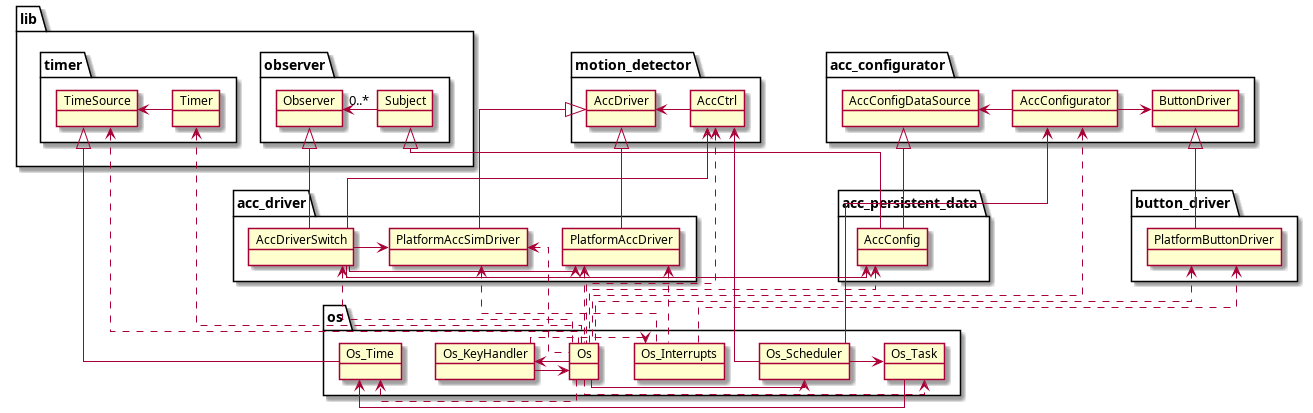
Before: docs/media/diag-overview.png, a diagram exported from PlantUML (alexmarincu/oop-c-embedded).
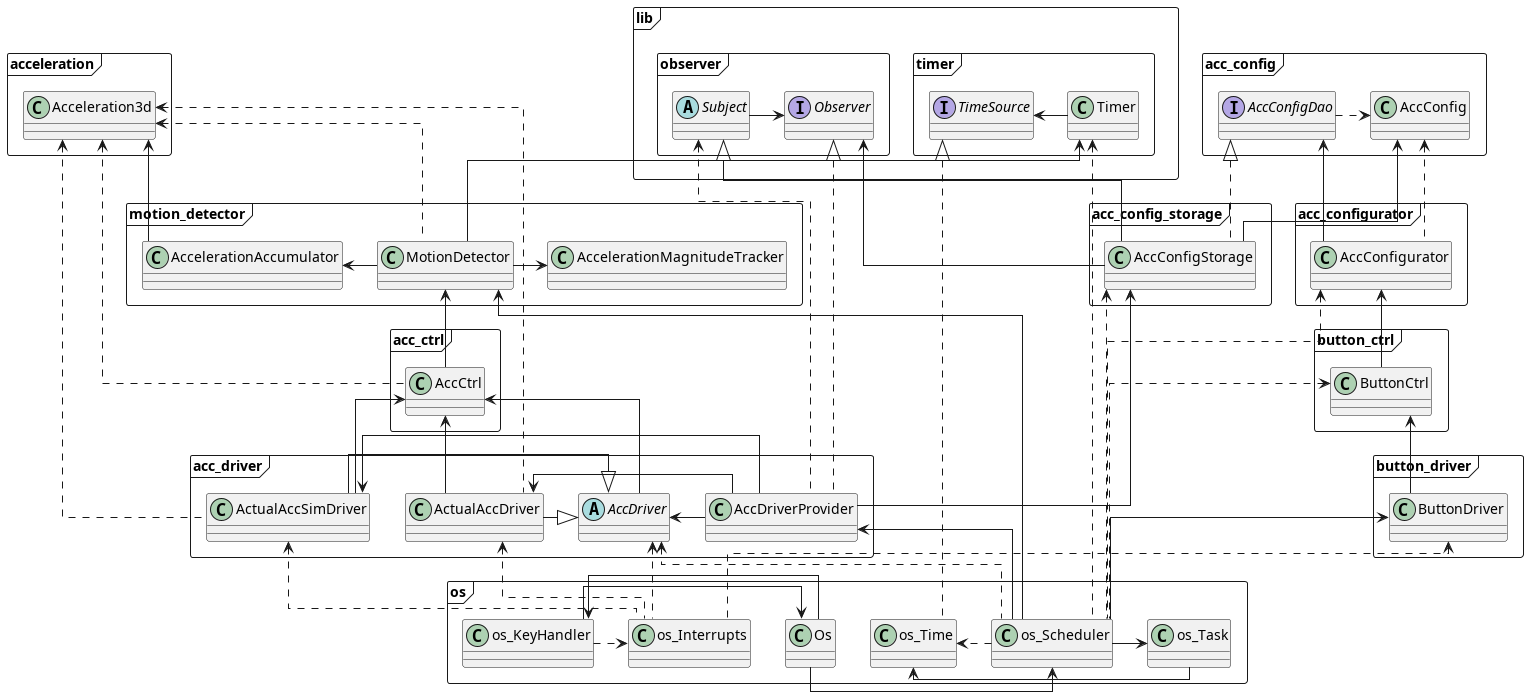
Later version of the same file.

What changed in the source:
```diff
@@ -1,79 +1,105 @@
 @startuml
 skinparam linetype ortho
-package lib {
-    package timer {
-        object Timer
-        object TimeSource
-        Timer -r-> TimeSource
+package lib <<Frame>> {
+    package timer <<Frame>> {
+        interface TimeSource
+        class Timer
+        Timer -> TimeSource
     }
-    package observer {
-        object Observer
-        object Subject
-        Subject -r-> "0..*" Observer
+    package observer <<Frame>> {
+        interface Observer
+        abstract class Subject
+        Subject -> Observer
     }
 }
-package motion_detector {
-    object AccDriver
-    object AccCtrl
-    AccCtrl -r-> AccDriver
+package acceleration <<Frame>> {
+    class Acceleration3d
 }
-package acc_configurator {
-    object ButtonDriver
-    object AccConfigurator
-    object AccConfigDataSource
-    AccConfigurator -r-> ButtonDriver
-    AccConfigurator -r-> AccConfigDataSource
+package acc_config <<Frame>> {
+    class AccConfig
+    interface AccConfigDao
+    AccConfigDao .> AccConfig
 }
-package acc_persistent_data {
-    object AccConfig
-    AccConfig -u-|> Subject
-    AccConfig -u-|> AccConfigDataSource
+package motion_detector <<Frame>> {
+    class AccelerationAccumulator
+    class AccelerationMagnitudeTracker
+    class MotionDetector
+    AccelerationAccumulator -u-> Acceleration3d
+    MotionDetector .u.> Acceleration3d
+    MotionDetector -> AccelerationAccumulator
+    MotionDetector -> AccelerationMagnitudeTracker
+    MotionDetector -u-> Timer
 }
-package acc_driver {
-    object AccDriverSwitch
-    object PlatformAccDriver
-    object PlatformAccSimDriver
-    PlatformAccDriver -u-|> AccDriver
-    PlatformAccSimDriver -u-|> AccDriver
-    AccDriverSwitch -u-|> Observer
-    AccDriverSwitch -r-> AccConfig
-    AccDriverSwitch -u-> AccCtrl
-    AccDriverSwitch -r-> PlatformAccDriver
-    AccDriverSwitch -r-> PlatformAccSimDriver
+package acc_configurator <<Frame>> {
+    class AccConfigurator
+    AccConfigurator -u-> AccConfigDao
+    AccConfigurator .u.> AccConfig
 }
-package button_driver {
-    object PlatformButtonDriver
-    PlatformButtonDriver -u-|> ButtonDriver
+package acc_ctrl <<Frame>> {
+    class AccCtrl
+    AccCtrl .u.> Acceleration3d
+    AccCtrl -u-> MotionDetector
 }
-package os {
-    object Os_Interrupts
-    object Os_KeyHandler
-    object Os_Scheduler
-    object Os_Task
-    object Os_Time
-    object Os
-    Os -r-> Os_KeyHandler
-    Os -r-> Os_Scheduler
-    Os .u.> AccConfig
-    Os .u.> AccCtrl
-    Os .u.> AccDriverSwitch
-    Os .u.> AccConfigurator
-    Os .u.> PlatformButtonDriver
-    Os .r.> Os_Task
-    Os .r.> Os_Time
-    Os .u.> PlatformAccDriver
-    Os .u.> PlatformAccSimDriver
-    Os .u.> TimeSource
-    Os .u.> Timer
-    Os_Scheduler -u-> AccCtrl
-    Os_Scheduler -u-> AccConfigurator
-    Os_Scheduler -r-> Os_Task
-    Os_KeyHandler -r-> Os
-    Os_KeyHandler .r.> Os_Interrupts
-    Os_Interrupts .u.> PlatformButtonDriver
-    Os_Interrupts .u.> PlatformAccDriver
-    Os_Interrupts .u.> PlatformAccSimDriver
-    Os_Task -r-> Os_Time
-    Os_Time -u-|> TimeSource
+package button_ctrl <<Frame>> {
+    class ButtonCtrl
+    ButtonCtrl -u-> AccConfigurator
+}
+package acc_config_storage <<Frame>> {
+    class AccConfigStorage
+    AccConfigStorage -u-|> Subject
+    AccConfigStorage -u-> Observer
+    AccConfigStorage .u.|> AccConfigDao
+    AccConfigStorage -u-> AccConfig
+}
+package acc_driver <<Frame>> {
+    abstract class AccDriver
+    class ActualAccDriver
+    class ActualAccSimDriver
+    class AccDriverProvider
+    AccDriver -u-> AccCtrl
+    ActualAccDriver -|> AccDriver
+    ActualAccDriver -u-> AccCtrl
+    ActualAccDriver .u.> Acceleration3d
+    ActualAccSimDriver -|> AccDriver
+    ActualAccSimDriver -u-> AccCtrl
+    ActualAccSimDriver .u.> Acceleration3d
+    AccDriverProvider .u.|> Observer
+    AccDriverProvider .u.> Subject
+    AccDriverProvider -u-> AccConfigStorage
+    AccDriverProvider -> ActualAccDriver
+    AccDriverProvider -> ActualAccSimDriver
+    AccDriverProvider -> AccDriver
+}
+package button_driver <<Frame>> {
+    class ButtonDriver
+    ButtonDriver -u-> ButtonCtrl
+}
+package os <<Frame>> {
+    class os_Interrupts
+    class os_KeyHandler
+    class os_Time
+    class os_Task
+    class os_Scheduler
+    class Os
+    Os -> os_KeyHandler
+    Os -> os_Scheduler
+    os_KeyHandler -> Os
+    os_KeyHandler .> os_Interrupts
+    os_Interrupts .u.> ButtonDriver
+    os_Interrupts .u.> AccDriver
+    os_Interrupts .u.> ActualAccDriver
+    os_Interrupts .u.> ActualAccSimDriver
+    os_Scheduler -u-> ButtonDriver
+    os_Scheduler -u-> AccDriverProvider
+    os_Scheduler -u-> MotionDetector
+    os_Scheduler -> os_Task
+    os_Scheduler .u.> AccConfigStorage
+    os_Scheduler .u.> AccConfigurator
+    os_Scheduler .u.> AccDriver
+    os_Scheduler .u.> ButtonCtrl
+    os_Scheduler .> os_Time
+    os_Scheduler .u.> Timer
+    os_Task -> os_Time
+    os_Time .u.|> TimeSource
 }
 @enduml
```
